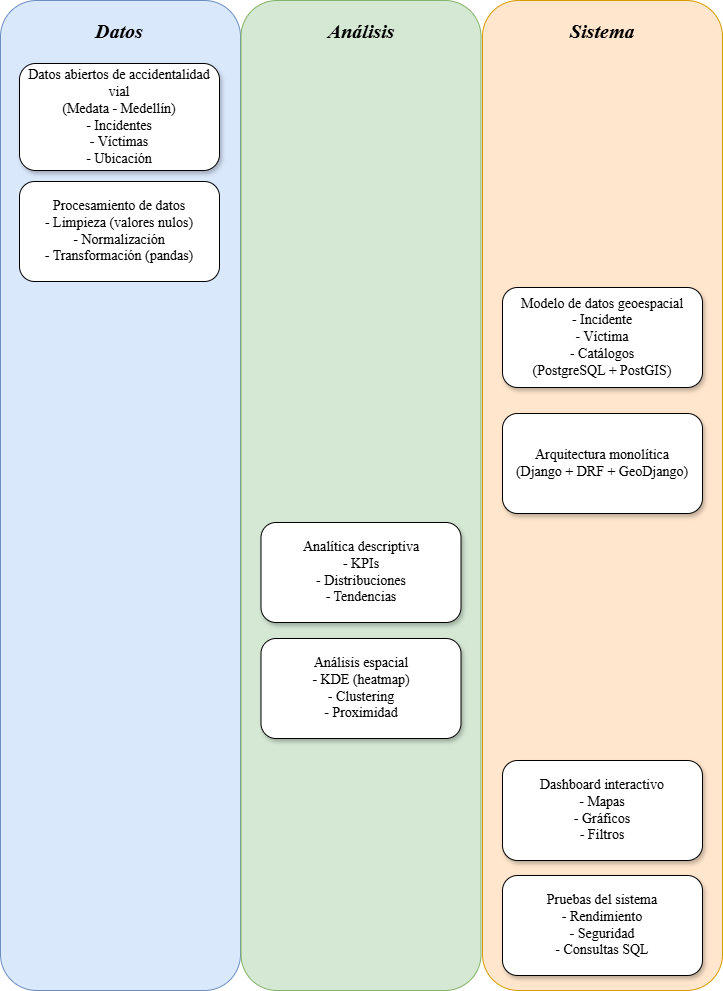
The draw.io diagram images/DIAGRAMA DE METODOLOGÍA.drawio.png in mitigacionJulian/tesis, before a commit. Source tidied: cells renumbered, new cells last; positions are measured from the earlier drawing's top-left corner, leaving out a move shared by most shapes. Source of this version:
```xml
<mxGraphModel>
  <root>
    <mxCell id="0" />
    <mxCell id="1" parent="0" />
    <mxCell id="2" style="rounded=1;whiteSpace=wrap;html=1;fillColor=#dae8fc;strokeColor=#6c8ebf;fontFamily=Times New Roman;" parent="1" vertex="1">
      <mxGeometry width="240" height="990" as="geometry" />
    </mxCell>
    <mxCell id="3" value="Datos" style="text;html=1;whiteSpace=wrap;strokeColor=none;fillColor=none;align=center;verticalAlign=middle;rounded=0;fontSize=20;fontStyle=3;fontFamily=Times New Roman;" parent="1" vertex="1">
      <mxGeometry x="89" y="15" width="60" height="30" as="geometry" />
    </mxCell>
    <mxCell id="4" style="edgeStyle=none;curved=1;rounded=0;orthogonalLoop=1;jettySize=auto;html=1;exitX=0.5;exitY=0;exitDx=0;exitDy=0;fontSize=12;startSize=8;endSize=8;fontFamily=Times New Roman;" parent="1" edge="1" source="3" target="3">
      <mxGeometry relative="1" as="geometry" />
    </mxCell>
    <mxCell id="5" value="&lt;div&gt;Datos abiertos de accidentalidad vial&lt;/div&gt;&lt;div&gt;(Medata - Medellín)&lt;/div&gt;&lt;div&gt;- Incidentes&lt;/div&gt;&lt;div&gt;- Víctimas&lt;/div&gt;&lt;div&gt;- Ubicación&lt;/div&gt;" style="whiteSpace=wrap;html=1;strokeColor=default;perimeterSpacing=0;rounded=1;shadow=1;fontFamily=Times New Roman;fontSize=14;" parent="1" vertex="1">
      <mxGeometry x="19" y="63" width="200" height="107" as="geometry" />
    </mxCell>
    <mxCell id="6" style="rounded=1;whiteSpace=wrap;html=1;fillColor=#d5e8d4;strokeColor=#82b366;fontFamily=Times New Roman;" parent="1" vertex="1">
      <mxGeometry x="240.5" width="240" height="990" as="geometry" />
    </mxCell>
    <mxCell id="7" style="rounded=1;whiteSpace=wrap;html=1;fillColor=#ffe6cc;strokeColor=#d79b00;fontFamily=Times New Roman;" parent="1" vertex="1">
      <mxGeometry x="482" width="240" height="990" as="geometry" />
    </mxCell>
    <mxCell id="8" value="&lt;div&gt;Procesamiento de datos&lt;/div&gt;&lt;div&gt;- Limpieza (valores nulos)&lt;/div&gt;&lt;div&gt;- Normalización&lt;/div&gt;&lt;div&gt;- Transformación (pandas)&lt;/div&gt;" style="whiteSpace=wrap;html=1;rounded=1;fontFamily=Times New Roman;fontSize=14;" parent="1" vertex="1">
      <mxGeometry x="19" y="181" width="200" height="100" as="geometry" />
    </mxCell>
    <mxCell id="9" value="&lt;div&gt;Arquitectura monolítica&lt;/div&gt;&lt;div&gt;(Django + DRF + GeoDjango)&lt;/div&gt;" style="whiteSpace=wrap;html=1;rounded=1;shadow=1;fontFamily=Times New Roman;fontSize=14;" parent="1" vertex="1">
      <mxGeometry x="502" y="413" width="200" height="100" as="geometry" />
    </mxCell>
    <mxCell id="10" value="&lt;div&gt;Análisis espacial&lt;/div&gt;&lt;div&gt;- KDE (heatmap)&lt;/div&gt;&lt;div&gt;- Clustering&lt;/div&gt;&lt;div&gt;- Proximidad&lt;/div&gt;" style="whiteSpace=wrap;html=1;rounded=1;shadow=1;fontFamily=Times New Roman;fontSize=14;" parent="1" vertex="1">
      <mxGeometry x="260.5" y="638" width="200" height="100" as="geometry" />
    </mxCell>
    <mxCell id="11" value="&lt;div&gt;Dashboard interactivo&lt;/div&gt;&lt;div&gt;- Mapas&lt;/div&gt;&lt;div&gt;- Gráficos&lt;/div&gt;&lt;div&gt;- Filtros&lt;/div&gt;" style="whiteSpace=wrap;html=1;rounded=1;shadow=1;fontFamily=Times New Roman;fontSize=14;" parent="1" vertex="1">
      <mxGeometry x="502" y="760" width="200" height="100" as="geometry" />
    </mxCell>
    <mxCell id="12" value="&lt;span style=&quot;text-align: left;&quot;&gt;Pruebas del sistema&lt;/span&gt;&lt;br style=&quot;padding: 0px; margin: 0px; text-align: left;&quot;&gt;&lt;span style=&quot;text-align: left;&quot;&gt;- Rendimiento&lt;/span&gt;&lt;br style=&quot;padding: 0px; margin: 0px; text-align: left;&quot;&gt;&lt;span style=&quot;text-align: left;&quot;&gt;- Seguridad&lt;/span&gt;&lt;br style=&quot;padding: 0px; margin: 0px; text-align: left;&quot;&gt;&lt;span style=&quot;text-align: left;&quot;&gt;- Consultas SQL&lt;/span&gt;" style="whiteSpace=wrap;html=1;rounded=1;shadow=1;fontFamily=Times New Roman;fontSize=14;" parent="1" vertex="1">
      <mxGeometry x="502" y="875" width="200" height="100" as="geometry" />
    </mxCell>
    <mxCell id="13" value="&lt;div&gt;Modelo de datos geoespacial&lt;/div&gt;&lt;div&gt;- Incidente&lt;/div&gt;&lt;div&gt;- Víctima&lt;/div&gt;&lt;div&gt;- Catálogos&lt;/div&gt;&lt;div&gt;(PostgreSQL + PostGIS)&lt;/div&gt;" style="whiteSpace=wrap;html=1;rounded=1;shadow=1;fontFamily=Times New Roman;fontSize=14;" parent="1" vertex="1">
      <mxGeometry x="502" y="287" width="200" height="100" as="geometry" />
    </mxCell>
    <mxCell id="14" value="&lt;div&gt;Analítica descriptiva&lt;/div&gt;&lt;div&gt;- KPIs&lt;/div&gt;&lt;div&gt;- Distribuciones&lt;/div&gt;&lt;div&gt;- Tendencias&lt;/div&gt;" style="whiteSpace=wrap;html=1;rounded=1;shadow=1;fontFamily=Times New Roman;fontSize=14;" parent="1" vertex="1">
      <mxGeometry x="260.5" y="522" width="200" height="100" as="geometry" />
    </mxCell>
    <mxCell id="15" value="Análisis" style="text;html=1;whiteSpace=wrap;strokeColor=none;fillColor=none;align=center;verticalAlign=middle;rounded=0;fontSize=20;fontStyle=3;fontFamily=Times New Roman;" parent="1" vertex="1">
      <mxGeometry x="330.5" y="15" width="60" height="30" as="geometry" />
    </mxCell>
    <mxCell id="16" value="Sistema" style="text;html=1;whiteSpace=wrap;strokeColor=none;fillColor=none;align=center;verticalAlign=middle;rounded=0;fontSize=20;fontStyle=3;fontFamily=Times New Roman;" parent="1" vertex="1">
      <mxGeometry x="572" y="15" width="60" height="30" as="geometry" />
    </mxCell>
  </root>
</mxGraphModel>
```
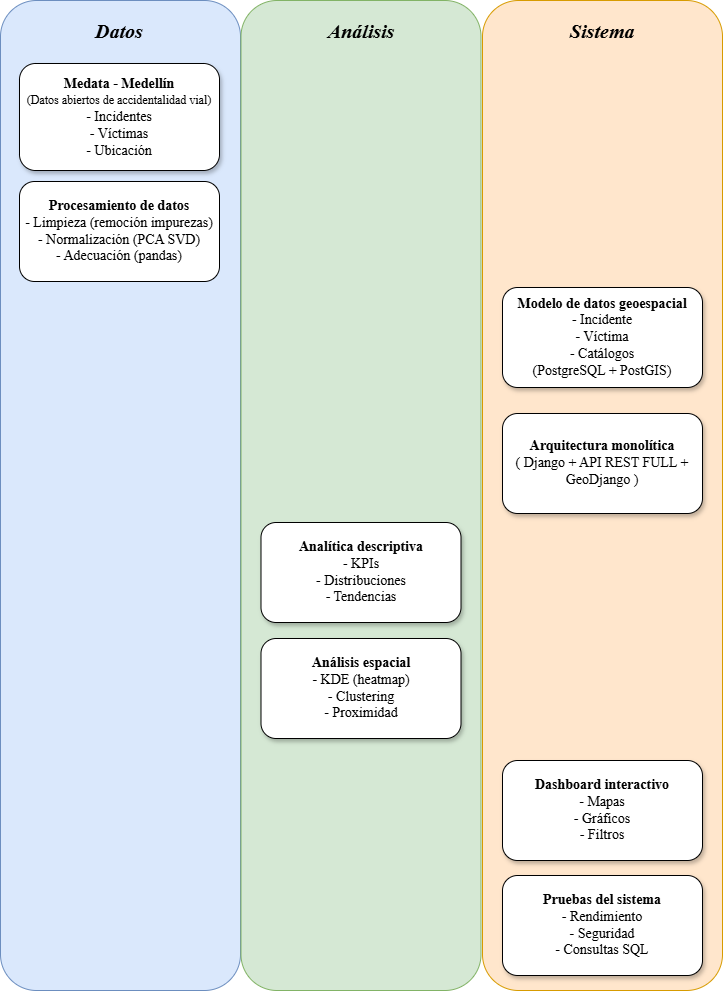
After the commit.

What changed in the source:
```diff
@@ -11,7 +11,7 @@
     <mxCell id="4" style="edgeStyle=none;curved=1;rounded=0;orthogonalLoop=1;jettySize=auto;html=1;exitX=0.5;exitY=0;exitDx=0;exitDy=0;fontSize=12;startSize=8;endSize=8;fontFamily=Times New Roman;" parent="1" edge="1" source="3" target="3">
       <mxGeometry relative="1" as="geometry" />
     </mxCell>
-    <mxCell id="5" value="&lt;div&gt;Datos abiertos de accidentalidad vial&lt;/div&gt;&lt;div&gt;(Medata - Medellín)&lt;/div&gt;&lt;div&gt;- Incidentes&lt;/div&gt;&lt;div&gt;- Víctimas&lt;/div&gt;&lt;div&gt;- Ubicación&lt;/div&gt;" style="whiteSpace=wrap;html=1;strokeColor=default;perimeterSpacing=0;rounded=1;shadow=1;fontFamily=Times New Roman;fontSize=14;" parent="1" vertex="1">
+    <mxCell id="5" value="&lt;div&gt;&lt;b&gt;Medata - Medellín&lt;/b&gt;&lt;/div&gt;&lt;div&gt;&lt;font style=&quot;font-size: 12px;&quot;&gt;(&lt;span style=&quot;background-color: transparent; color: light-dark(rgb(0, 0, 0), rgb(255, 255, 255));&quot;&gt;Datos abiertos de accidentalidad vial&lt;/span&gt;&lt;span style=&quot;background-color: transparent; color: light-dark(rgb(0, 0, 0), rgb(255, 255, 255));&quot;&gt;)&lt;/span&gt;&lt;/font&gt;&lt;/div&gt;&lt;div&gt;- Incidentes&lt;/div&gt;&lt;div&gt;- Víctimas&lt;/div&gt;&lt;div&gt;- Ubicación&lt;/div&gt;" style="whiteSpace=wrap;html=1;strokeColor=default;perimeterSpacing=0;rounded=1;shadow=1;fontFamily=Times New Roman;fontSize=14;" parent="1" vertex="1">
       <mxGeometry x="19" y="63" width="200" height="107" as="geometry" />
     </mxCell>
     <mxCell id="6" style="rounded=1;whiteSpace=wrap;html=1;fillColor=#d5e8d4;strokeColor=#82b366;fontFamily=Times New Roman;" parent="1" vertex="1">
@@ -20,25 +20,25 @@
     <mxCell id="7" style="rounded=1;whiteSpace=wrap;html=1;fillColor=#ffe6cc;strokeColor=#d79b00;fontFamily=Times New Roman;" parent="1" vertex="1">
       <mxGeometry x="482" width="240" height="990" as="geometry" />
     </mxCell>
-    <mxCell id="8" value="&lt;div&gt;Procesamiento de datos&lt;/div&gt;&lt;div&gt;- Limpieza (valores nulos)&lt;/div&gt;&lt;div&gt;- Normalización&lt;/div&gt;&lt;div&gt;- Transformación (pandas)&lt;/div&gt;" style="whiteSpace=wrap;html=1;rounded=1;fontFamily=Times New Roman;fontSize=14;" parent="1" vertex="1">
+    <mxCell id="8" value="&lt;div&gt;&lt;b&gt;Procesamiento de datos&lt;/b&gt;&lt;/div&gt;&lt;div&gt;- Limpieza (remoción impurezas)&lt;/div&gt;&lt;div&gt;- Normalización&amp;nbsp;(PCA SVD)&lt;/div&gt;&lt;div&gt;- Adecuación (pandas)&lt;/div&gt;" style="whiteSpace=wrap;html=1;rounded=1;fontFamily=Times New Roman;fontSize=14;" parent="1" vertex="1">
       <mxGeometry x="19" y="181" width="200" height="100" as="geometry" />
     </mxCell>
-    <mxCell id="9" value="&lt;div&gt;Arquitectura monolítica&lt;/div&gt;&lt;div&gt;(Django + DRF + GeoDjango)&lt;/div&gt;" style="whiteSpace=wrap;html=1;rounded=1;shadow=1;fontFamily=Times New Roman;fontSize=14;" parent="1" vertex="1">
+    <mxCell id="9" value="&lt;div&gt;&lt;b&gt;Arquitectura monolítica&lt;/b&gt;&lt;/div&gt;&lt;div&gt;( Django + API REST FULL + GeoDjango )&lt;/div&gt;" style="whiteSpace=wrap;html=1;rounded=1;shadow=1;fontFamily=Times New Roman;fontSize=14;" parent="1" vertex="1">
       <mxGeometry x="502" y="413" width="200" height="100" as="geometry" />
     </mxCell>
-    <mxCell id="10" value="&lt;div&gt;Análisis espacial&lt;/div&gt;&lt;div&gt;- KDE (heatmap)&lt;/div&gt;&lt;div&gt;- Clustering&lt;/div&gt;&lt;div&gt;- Proximidad&lt;/div&gt;" style="whiteSpace=wrap;html=1;rounded=1;shadow=1;fontFamily=Times New Roman;fontSize=14;" parent="1" vertex="1">
+    <mxCell id="10" value="&lt;div&gt;&lt;b&gt;Análisis espacial&lt;/b&gt;&lt;/div&gt;&lt;div&gt;- KDE (heatmap)&lt;/div&gt;&lt;div&gt;- Clustering&lt;/div&gt;&lt;div&gt;- Proximidad&lt;/div&gt;" style="whiteSpace=wrap;html=1;rounded=1;shadow=1;fontFamily=Times New Roman;fontSize=14;" parent="1" vertex="1">
       <mxGeometry x="260.5" y="638" width="200" height="100" as="geometry" />
     </mxCell>
-    <mxCell id="11" value="&lt;div&gt;Dashboard interactivo&lt;/div&gt;&lt;div&gt;- Mapas&lt;/div&gt;&lt;div&gt;- Gráficos&lt;/div&gt;&lt;div&gt;- Filtros&lt;/div&gt;" style="whiteSpace=wrap;html=1;rounded=1;shadow=1;fontFamily=Times New Roman;fontSize=14;" parent="1" vertex="1">
+    <mxCell id="11" value="&lt;div&gt;&lt;b&gt;Dashboard interactivo&lt;/b&gt;&lt;/div&gt;&lt;div&gt;- Mapas&lt;/div&gt;&lt;div&gt;- Gráficos&lt;/div&gt;&lt;div&gt;- Filtros&lt;/div&gt;" style="whiteSpace=wrap;html=1;rounded=1;shadow=1;fontFamily=Times New Roman;fontSize=14;" parent="1" vertex="1">
       <mxGeometry x="502" y="760" width="200" height="100" as="geometry" />
     </mxCell>
-    <mxCell id="12" value="&lt;span style=&quot;text-align: left;&quot;&gt;Pruebas del sistema&lt;/span&gt;&lt;br style=&quot;padding: 0px; margin: 0px; text-align: left;&quot;&gt;&lt;span style=&quot;text-align: left;&quot;&gt;- Rendimiento&lt;/span&gt;&lt;br style=&quot;padding: 0px; margin: 0px; text-align: left;&quot;&gt;&lt;span style=&quot;text-align: left;&quot;&gt;- Seguridad&lt;/span&gt;&lt;br style=&quot;padding: 0px; margin: 0px; text-align: left;&quot;&gt;&lt;span style=&quot;text-align: left;&quot;&gt;- Consultas SQL&lt;/span&gt;" style="whiteSpace=wrap;html=1;rounded=1;shadow=1;fontFamily=Times New Roman;fontSize=14;" parent="1" vertex="1">
+    <mxCell id="12" value="&lt;b&gt;&lt;span style=&quot;text-align: left;&quot;&gt;Pruebas del sistema&lt;/span&gt;&lt;br style=&quot;padding: 0px; margin: 0px; text-align: left;&quot;&gt;&lt;/b&gt;&lt;span style=&quot;text-align: left;&quot;&gt;- Rendimiento&lt;/span&gt;&lt;br style=&quot;padding: 0px; margin: 0px; text-align: left;&quot;&gt;&lt;span style=&quot;text-align: left;&quot;&gt;- Seguridad&lt;/span&gt;&lt;br style=&quot;padding: 0px; margin: 0px; text-align: left;&quot;&gt;&lt;span style=&quot;text-align: left;&quot;&gt;- Consultas SQL&lt;/span&gt;" style="whiteSpace=wrap;html=1;rounded=1;shadow=1;fontFamily=Times New Roman;fontSize=14;" parent="1" vertex="1">
       <mxGeometry x="502" y="875" width="200" height="100" as="geometry" />
     </mxCell>
-    <mxCell id="13" value="&lt;div&gt;Modelo de datos geoespacial&lt;/div&gt;&lt;div&gt;- Incidente&lt;/div&gt;&lt;div&gt;- Víctima&lt;/div&gt;&lt;div&gt;- Catálogos&lt;/div&gt;&lt;div&gt;(PostgreSQL + PostGIS)&lt;/div&gt;" style="whiteSpace=wrap;html=1;rounded=1;shadow=1;fontFamily=Times New Roman;fontSize=14;" parent="1" vertex="1">
+    <mxCell id="13" value="&lt;div&gt;&lt;b&gt;Modelo de datos geoespacial&lt;/b&gt;&lt;/div&gt;&lt;div&gt;- Incidente&lt;/div&gt;&lt;div&gt;- Víctima&lt;/div&gt;&lt;div&gt;- Catálogos&lt;/div&gt;&lt;div&gt;(PostgreSQL + PostGIS)&lt;/div&gt;" style="whiteSpace=wrap;html=1;rounded=1;shadow=1;fontFamily=Times New Roman;fontSize=14;" parent="1" vertex="1">
       <mxGeometry x="502" y="287" width="200" height="100" as="geometry" />
     </mxCell>
-    <mxCell id="14" value="&lt;div&gt;Analítica descriptiva&lt;/div&gt;&lt;div&gt;- KPIs&lt;/div&gt;&lt;div&gt;- Distribuciones&lt;/div&gt;&lt;div&gt;- Tendencias&lt;/div&gt;" style="whiteSpace=wrap;html=1;rounded=1;shadow=1;fontFamily=Times New Roman;fontSize=14;" parent="1" vertex="1">
+    <mxCell id="14" value="&lt;div&gt;&lt;b&gt;Analítica descriptiva&lt;/b&gt;&lt;/div&gt;&lt;div&gt;- KPIs&lt;/div&gt;&lt;div&gt;- Distribuciones&lt;/div&gt;&lt;div&gt;- Tendencias&lt;/div&gt;" style="whiteSpace=wrap;html=1;rounded=1;shadow=1;fontFamily=Times New Roman;fontSize=14;" parent="1" vertex="1">
       <mxGeometry x="260.5" y="522" width="200" height="100" as="geometry" />
     </mxCell>
     <mxCell id="15" value="Análisis" style="text;html=1;whiteSpace=wrap;strokeColor=none;fillColor=none;align=center;verticalAlign=middle;rounded=0;fontSize=20;fontStyle=3;fontFamily=Times New Roman;" parent="1" vertex="1">
```
